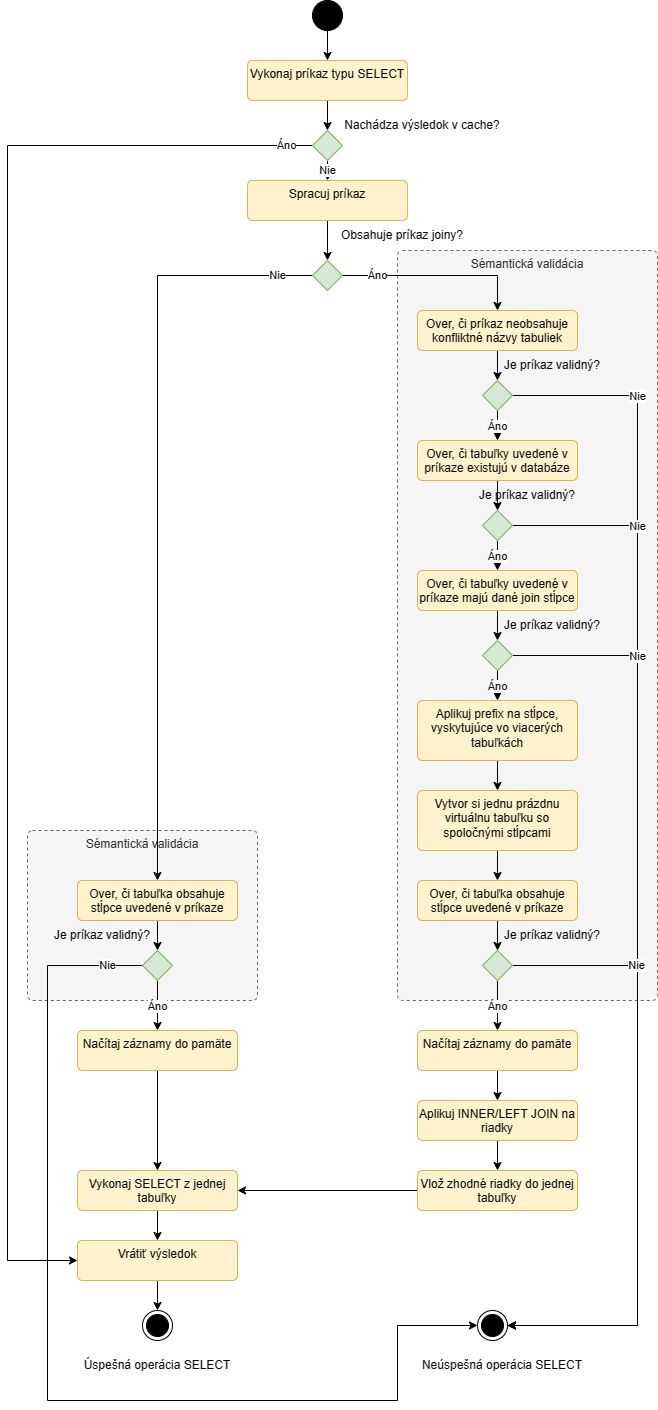
Earlier version of the draw.io export JFSQL-documentation/Images/Select activity.png (Zsolti0819/JFSQL). Source tidied: cells renumbered, new cells last; positions are measured from the earlier drawing's top-left corner, leaving out a move shared by most shapes.
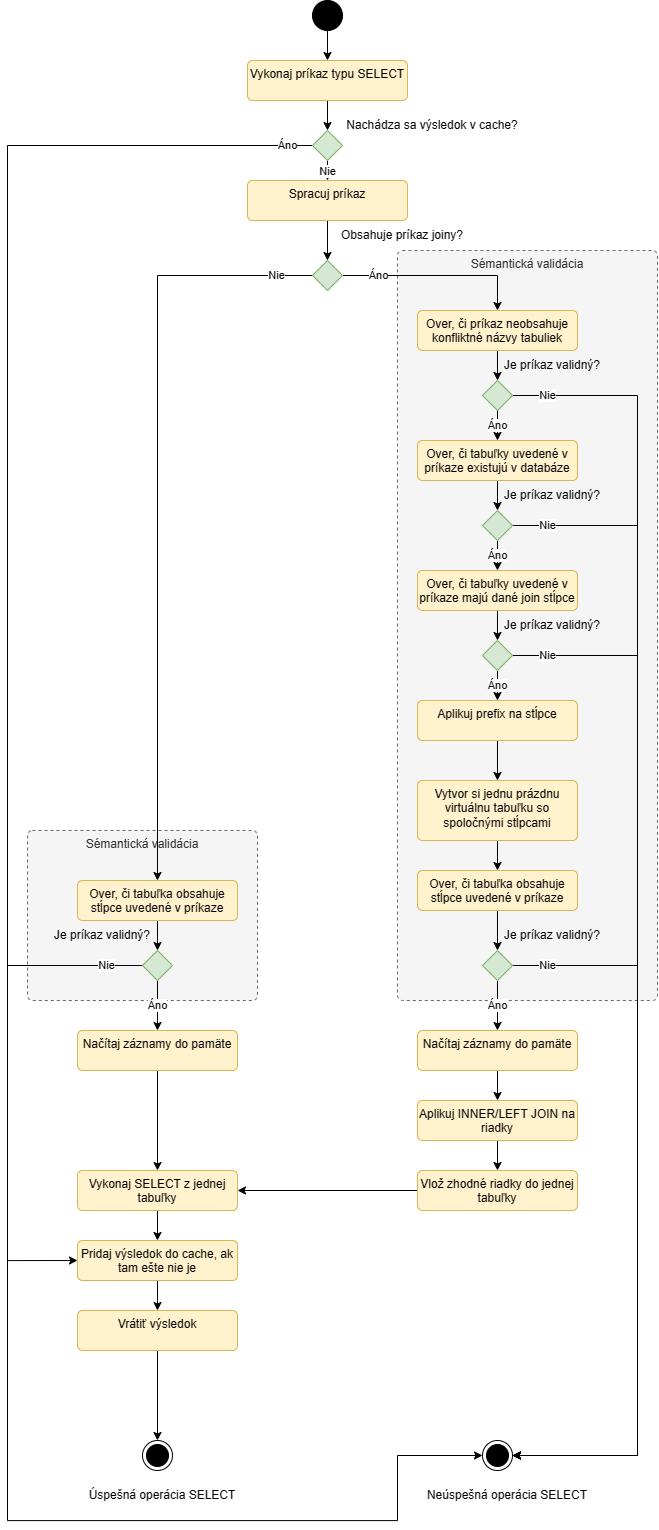
The same file after the commit.

What changed in the source:
```diff
@@ -66,10 +66,10 @@
       <mxGeometry relative="1" as="geometry" />
     </mxCell>
     <mxCell id="19" value="Nie" style="edgeStyle=orthogonalEdgeStyle;rounded=0;jettySize=auto;html=1;exitX=1;exitY=0.5;exitDx=0;exitDy=0;entryX=1;entryY=0.5;entryDx=0;entryDy=0;" parent="1" edge="1" source="20" target="59">
-      <mxGeometry x="-0.79" relative="1" as="geometry">
+      <mxGeometry x="-0.95" relative="1" as="geometry">
         <Array as="points">
           <mxPoint x="630" y="395" />
-          <mxPoint x="630" y="1325" />
+          <mxPoint x="630" y="1455" />
         </Array>
       </mxGeometry>
     </mxCell>
@@ -92,10 +92,10 @@
       <mxGeometry relative="1" as="geometry" />
     </mxCell>
     <mxCell id="26" value="Nie" style="edgeStyle=orthogonalEdgeStyle;rounded=0;jettySize=auto;html=1;exitX=1;exitY=0.5;exitDx=0;exitDy=0;entryX=1;entryY=0.5;entryDx=0;entryDy=0;" parent="1" edge="1" source="27" target="59">
-      <mxGeometry x="-0.76" relative="1" as="geometry">
+      <mxGeometry x="-0.94" relative="1" as="geometry">
         <Array as="points">
           <mxPoint x="630" y="525" />
-          <mxPoint x="630" y="1325" />
+          <mxPoint x="630" y="1455" />
         </Array>
       </mxGeometry>
     </mxCell>
@@ -106,10 +106,10 @@
       <mxGeometry relative="1" as="geometry" />
     </mxCell>
     <mxCell id="29" value="Nie" style="edgeStyle=orthogonalEdgeStyle;rounded=0;jettySize=auto;html=1;exitX=1;exitY=0.5;exitDx=0;exitDy=0;entryX=1;entryY=0.5;entryDx=0;entryDy=0;" parent="1" edge="1" source="30" target="59">
-      <mxGeometry x="-0.73" relative="1" as="geometry">
+      <mxGeometry x="-0.93" relative="1" as="geometry">
         <Array as="points">
           <mxPoint x="630" y="655" />
-          <mxPoint x="630" y="1325" />
+          <mxPoint x="630" y="1455" />
         </Array>
       </mxGeometry>
     </mxCell>
@@ -119,29 +119,29 @@
     <mxCell id="31" style="edgeStyle=orthogonalEdgeStyle;rounded=0;jettySize=auto;html=1;exitX=0.5;exitY=1;exitDx=0;exitDy=0;entryX=0.5;entryY=0;entryDx=0;entryDy=0;" parent="1" edge="1" source="32" target="34">
       <mxGeometry relative="1" as="geometry" />
     </mxCell>
-    <mxCell id="32" value="Aplikuj prefix na stĺpce, vyskytujúce vo viacerých tabuľkách" style="html=1;align=center;verticalAlign=top;rounded=1;absoluteArcSize=1;arcSize=10;dashed=0;whiteSpace=wrap;fillColor=#fff2cc;strokeColor=#d6b656;" parent="1" vertex="1">
-      <mxGeometry x="410" y="700" width="160" height="60" as="geometry" />
+    <mxCell id="32" value="Aplikuj prefix na stĺpce" style="html=1;align=center;verticalAlign=top;rounded=1;absoluteArcSize=1;arcSize=10;dashed=0;whiteSpace=wrap;fillColor=#fff2cc;strokeColor=#d6b656;" parent="1" vertex="1">
+      <mxGeometry x="410" y="700" width="160" height="40" as="geometry" />
     </mxCell>
     <mxCell id="33" style="edgeStyle=orthogonalEdgeStyle;rounded=0;jettySize=auto;html=1;exitX=0.5;exitY=1;exitDx=0;exitDy=0;entryX=0.5;entryY=0;entryDx=0;entryDy=0;" parent="1" edge="1" source="34" target="36">
       <mxGeometry relative="1" as="geometry" />
     </mxCell>
     <mxCell id="34" value="Vytvor si jednu prázdnu virtuálnu tabuľku so spoločnými stĺpcami" style="html=1;align=center;verticalAlign=top;rounded=1;absoluteArcSize=1;arcSize=10;dashed=0;whiteSpace=wrap;fillColor=#fff2cc;strokeColor=#d6b656;" parent="1" vertex="1">
-      <mxGeometry x="410" y="790" width="160" height="60" as="geometry" />
+      <mxGeometry x="410" y="780" width="160" height="60" as="geometry" />
     </mxCell>
     <mxCell id="35" style="edgeStyle=orthogonalEdgeStyle;rounded=0;jettySize=auto;html=1;exitX=0.5;exitY=1;exitDx=0;exitDy=0;entryX=0.5;entryY=0;entryDx=0;entryDy=0;" parent="1" edge="1" source="36" target="39">
       <mxGeometry relative="1" as="geometry" />
     </mxCell>
     <mxCell id="36" value="Over, či tabuľka obsahuje stĺpce uvedené v príkaze" style="html=1;align=center;verticalAlign=top;rounded=1;absoluteArcSize=1;arcSize=10;dashed=0;whiteSpace=wrap;fillColor=#fff2cc;strokeColor=#d6b656;" parent="1" vertex="1">
-      <mxGeometry x="410" y="880" width="160" height="40" as="geometry" />
+      <mxGeometry x="410" y="870" width="160" height="40" as="geometry" />
     </mxCell>
     <mxCell id="37" value="Áno" style="edgeStyle=orthogonalEdgeStyle;rounded=0;jettySize=auto;html=1;exitX=0.5;exitY=1;exitDx=0;exitDy=0;entryX=0.5;entryY=0;entryDx=0;entryDy=0;" parent="1" edge="1" source="39" target="48">
       <mxGeometry relative="1" as="geometry" />
     </mxCell>
     <mxCell id="38" value="Nie" style="edgeStyle=orthogonalEdgeStyle;rounded=0;jettySize=auto;html=1;exitX=1;exitY=0.5;exitDx=0;exitDy=0;entryX=1;entryY=0.5;entryDx=0;entryDy=0;" parent="1" edge="1" source="39" target="59">
-      <mxGeometry x="-0.59" relative="1" as="geometry">
+      <mxGeometry x="-0.91" relative="1" as="geometry">
         <Array as="points">
           <mxPoint x="630" y="965" />
-          <mxPoint x="630" y="1325" />
+          <mxPoint x="630" y="1455" />
         </Array>
       </mxGeometry>
     </mxCell>
@@ -158,14 +158,13 @@
       <mxGeometry relative="1" as="geometry" />
     </mxCell>
     <mxCell id="43" value="Nie" style="edgeStyle=orthogonalEdgeStyle;rounded=0;jettySize=auto;html=1;exitX=0;exitY=0.5;exitDx=0;exitDy=0;entryX=0;entryY=0.5;entryDx=0;entryDy=0;" parent="1" edge="1" source="44" target="59">
-      <mxGeometry x="-0.93" relative="1" as="geometry">
+      <mxGeometry x="-0.94" relative="1" as="geometry">
         <Array as="points">
-          <mxPoint x="40" y="965" />
-          <mxPoint x="40" y="1400" />
-          <mxPoint x="390" y="1400" />
-          <mxPoint x="390" y="1325" />
+          <mxPoint y="965" />
+          <mxPoint y="1520" />
+          <mxPoint x="390" y="1520" />
+          <mxPoint x="390" y="1455" />
         </Array>
-        <mxPoint x="-1" as="offset" />
       </mxGeometry>
     </mxCell>
     <mxCell id="44" style="rhombus;fillColor=#d5e8d4;strokeColor=#82b366;" parent="1" vertex="1">
@@ -201,26 +200,26 @@
     <mxCell id="54" value="Vykonaj SELECT z jednej tabuľky" style="html=1;align=center;verticalAlign=top;rounded=1;absoluteArcSize=1;arcSize=10;dashed=0;whiteSpace=wrap;fillColor=#fff2cc;strokeColor=#d6b656;" parent="1" vertex="1">
       <mxGeometry x="70" y="1170" width="160" height="40" as="geometry" />
     </mxCell>
-    <mxCell id="55" style="edgeStyle=orthogonalEdgeStyle;rounded=0;jettySize=auto;html=1;exitX=0.5;exitY=1;exitDx=0;exitDy=0;entryX=0.5;entryY=0;entryDx=0;entryDy=0;" parent="1" edge="1" source="56" target="57">
+    <mxCell id="55" style="edgeStyle=orthogonalEdgeStyle;rounded=0;jettySize=auto;html=1;exitX=0.5;exitY=1;exitDx=0;exitDy=0;entryX=0.5;entryY=0;entryDx=0;entryDy=0;" parent="1" edge="1" source="56" target="69">
       <mxGeometry relative="1" as="geometry" />
     </mxCell>
-    <mxCell id="56" value="Vrátiť výsledok" style="html=1;align=center;verticalAlign=top;rounded=1;absoluteArcSize=1;arcSize=10;dashed=0;whiteSpace=wrap;fillColor=#fff2cc;strokeColor=#d6b656;" parent="1" vertex="1">
+    <mxCell id="56" value="Pridaj výsledok do cache, ak tam ešte nie je" style="html=1;align=center;verticalAlign=top;rounded=1;absoluteArcSize=1;arcSize=10;dashed=0;whiteSpace=wrap;fillColor=#fff2cc;strokeColor=#d6b656;" parent="1" vertex="1">
       <mxGeometry x="70" y="1240" width="160" height="40" as="geometry" />
     </mxCell>
     <mxCell id="57" style="ellipse;html=1;shape=endState;fillColor=strokeColor;" parent="1" vertex="1">
-      <mxGeometry x="135" y="1310" width="30" height="30" as="geometry" />
+      <mxGeometry x="135" y="1440" width="30" height="30" as="geometry" />
     </mxCell>
     <mxCell id="58" value="Úspešná operácia SELECT" style="text;html=1;strokeColor=none;fillColor=none;align=center;verticalAlign=middle;whiteSpace=wrap;rounded=0;" parent="1" vertex="1">
-      <mxGeometry x="65" y="1350" width="170" height="30" as="geometry" />
+      <mxGeometry x="70" y="1480" width="170" height="30" as="geometry" />
     </mxCell>
     <mxCell id="59" style="ellipse;html=1;shape=endState;fillColor=strokeColor;" parent="1" vertex="1">
-      <mxGeometry x="470" y="1310" width="30" height="30" as="geometry" />
+      <mxGeometry x="475" y="1440" width="30" height="30" as="geometry" />
     </mxCell>
     <mxCell id="60" value="Neúspešná operácia SELECT" style="text;html=1;strokeColor=none;fillColor=none;align=center;verticalAlign=middle;whiteSpace=wrap;rounded=0;" parent="1" vertex="1">
-      <mxGeometry x="410" y="1350" width="170" height="30" as="geometry" />
+      <mxGeometry x="415" y="1480" width="170" height="30" as="geometry" />
     </mxCell>
     <mxCell id="61" value="Je príkaz validný?" style="text;html=1;strokeColor=none;fillColor=none;align=center;verticalAlign=middle;whiteSpace=wrap;rounded=0;" parent="1" vertex="1">
-      <mxGeometry x="435" y="480" width="170" height="30" as="geometry" />
+      <mxGeometry x="460" y="480" width="170" height="30" as="geometry" />
     </mxCell>
     <mxCell id="62" value="Je príkaz validný?" style="text;html=1;strokeColor=none;fillColor=none;align=center;verticalAlign=middle;whiteSpace=wrap;rounded=0;" parent="1" vertex="1">
       <mxGeometry x="460" y="350" width="170" height="30" as="geometry" />
@@ -234,11 +233,17 @@
     <mxCell id="65" value="Je príkaz validný?" style="text;html=1;strokeColor=none;fillColor=none;align=center;verticalAlign=middle;whiteSpace=wrap;rounded=0;" parent="1" vertex="1">
       <mxGeometry x="10" y="920" width="170" height="30" as="geometry" />
     </mxCell>
-    <mxCell id="66" value="Nachádza výsledok v cache?" style="text;html=1;strokeColor=none;fillColor=none;align=center;verticalAlign=middle;whiteSpace=wrap;rounded=0;" parent="1" vertex="1">
-      <mxGeometry x="330" y="110" width="170" height="30" as="geometry" />
+    <mxCell id="66" value="Nachádza sa výsledok v cache?" style="text;html=1;strokeColor=none;fillColor=none;align=center;verticalAlign=middle;whiteSpace=wrap;rounded=0;" parent="1" vertex="1">
+      <mxGeometry x="330" y="110" width="190" height="30" as="geometry" />
     </mxCell>
     <mxCell id="67" value="Obsahuje príkaz joiny?" style="text;html=1;strokeColor=none;fillColor=none;align=center;verticalAlign=middle;whiteSpace=wrap;rounded=0;" parent="1" vertex="1">
       <mxGeometry x="310" y="230" width="170" height="10" as="geometry" />
     </mxCell>
+    <mxCell id="68" style="edgeStyle=orthogonalEdgeStyle;rounded=0;jettySize=auto;html=1;exitX=0.5;exitY=1;exitDx=0;exitDy=0;entryX=0.5;entryY=0;entryDx=0;entryDy=0;" parent="1" edge="1" source="69" target="57">
+      <mxGeometry relative="1" as="geometry" />
+    </mxCell>
+    <mxCell id="69" value="Vrátiť výsledok" style="html=1;align=center;verticalAlign=top;rounded=1;absoluteArcSize=1;arcSize=10;dashed=0;whiteSpace=wrap;fillColor=#fff2cc;strokeColor=#d6b656;" parent="1" vertex="1">
+      <mxGeometry x="70" y="1310" width="160" height="40" as="geometry" />
+    </mxCell>
   </root>
 </mxGraphModel>
```
